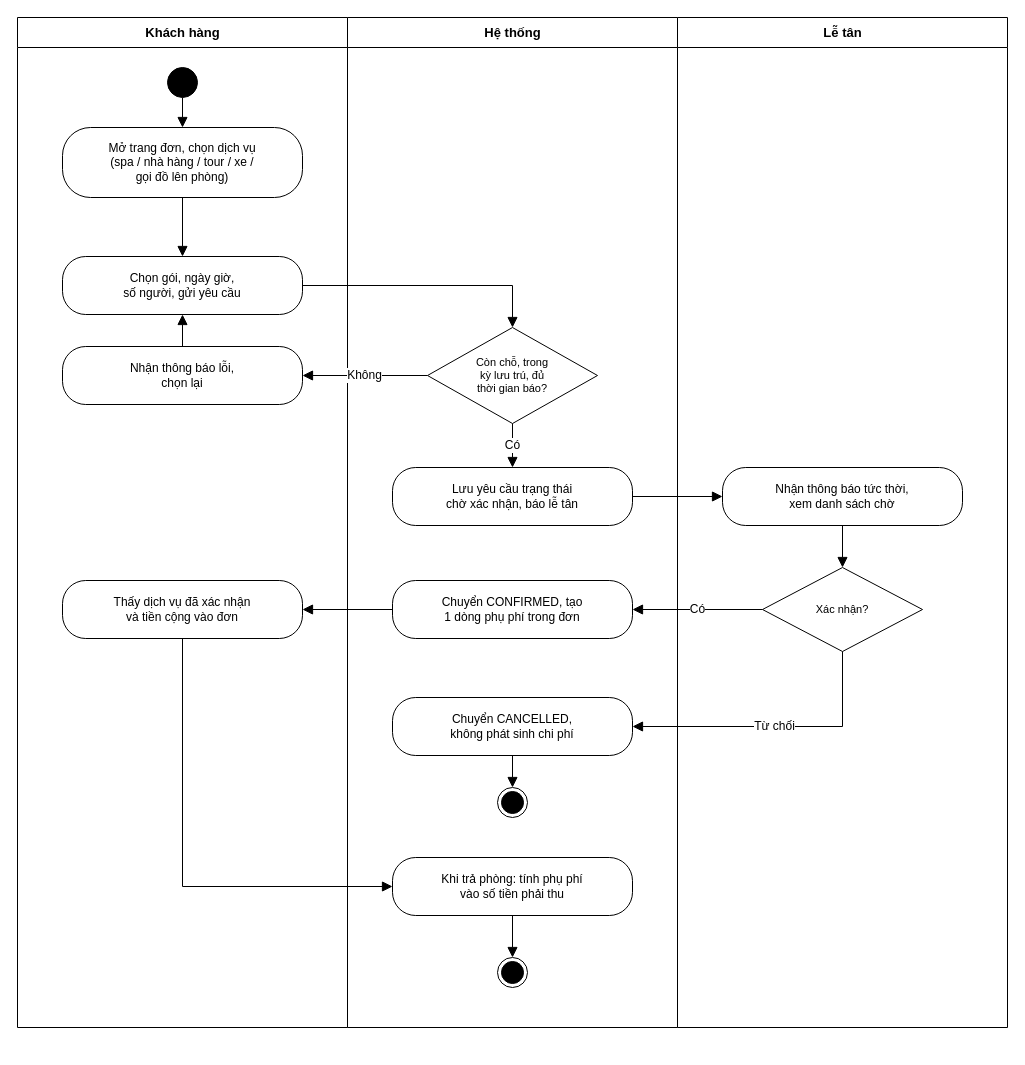
This is docs/thiet-ke/hd-dat-dich-vu.drawio from ngynquchn2511/beach-hotel, a draw.io file, before an edit. Source tidied: cells renumbered, new cells numbered last; positions are measured from the earlier drawing's top-left corner, leaving out a move shared by most shapes. Both pictures are drawn from the tidied source at 100%, with x=0, y=0 at pixel (17, 17).
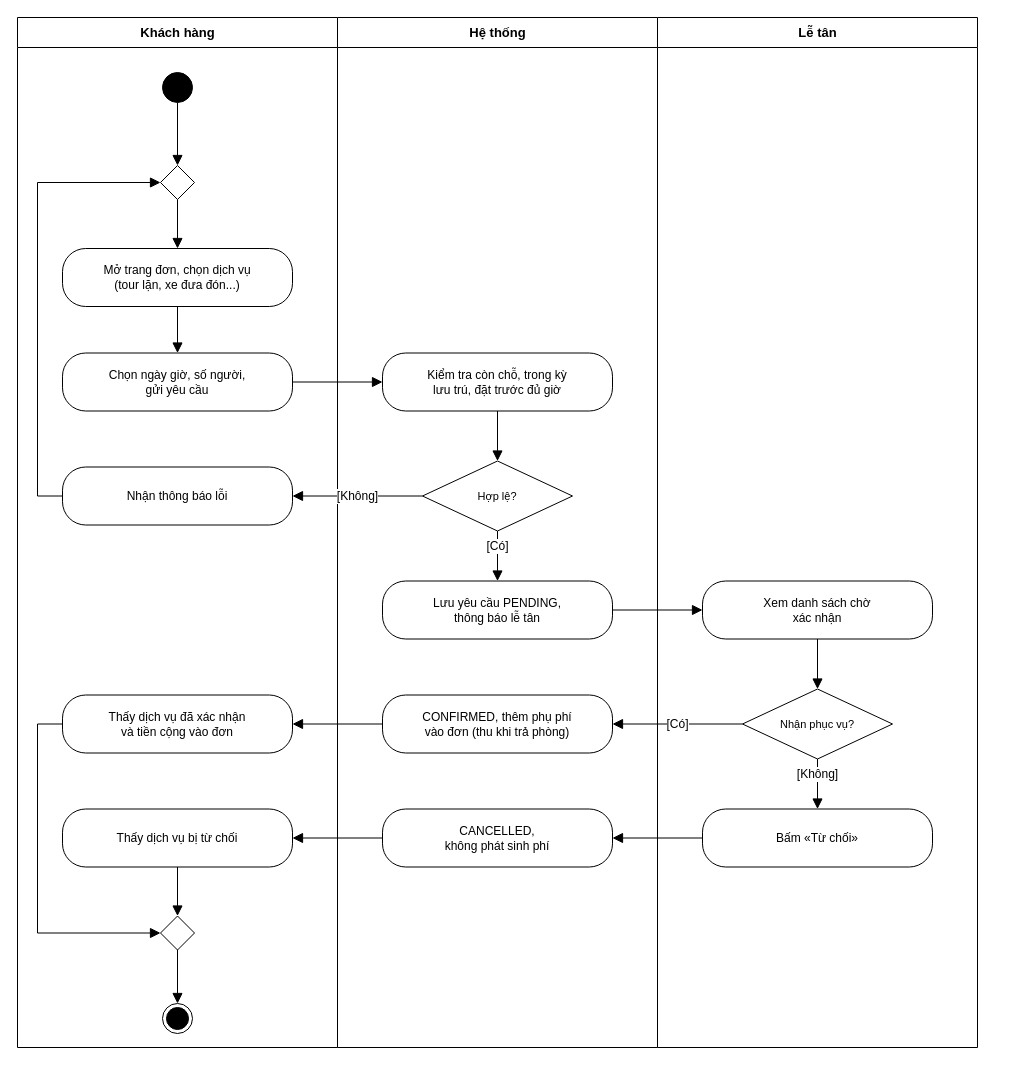
The same diagram, later.

What changed in the source:
```diff
@@
     <mxCell id="2" value="Khách hàng" style="swimlane;horizontal=1;startSize=30;html=1;fillColor=#FFFFFF;strokeColor=#000000;fontSize=13;fontStyle=1;swimlaneFillColor=#FFFFFF;" parent="1" vertex="1">
-      <mxGeometry width="330" height="1010" as="geometry" />
+      <mxGeometry width="320" height="1030" as="geometry" />
     </mxCell>
     <mxCell id="3" value="Hệ thống" style="swimlane;horizontal=1;startSize=30;html=1;fillColor=#FFFFFF;strokeColor=#000000;fontSize=13;fontStyle=1;swimlaneFillColor=#FFFFFF;" parent="1" vertex="1">
-      <mxGeometry x="330" width="330" height="1010" as="geometry" />
+      <mxGeometry x="320" width="320" height="1030" as="geometry" />
     </mxCell>
     <mxCell id="4" value="Lễ tân" style="swimlane;horizontal=1;startSize=30;html=1;fillColor=#FFFFFF;strokeColor=#000000;fontSize=13;fontStyle=1;swimlaneFillColor=#FFFFFF;" parent="1" vertex="1">
-      <mxGeometry x="660" width="330" height="1010" as="geometry" />
+      <mxGeometry x="640" width="320" height="1030" as="geometry" />
     </mxCell>
-    <mxCell id="5" style="ellipse;html=1;fillColor=#000000;strokeColor=#000000;" parent="1" vertex="1">
-      <mxGeometry x="150" y="50" width="30" height="30" as="geometry" />
-    </mxCell>
-    <mxCell id="6" value="Mở trang đơn, chọn dịch vụ&lt;br&gt;(spa / nhà hàng / tour / xe /&lt;br&gt;gọi đồ lên phòng)" style="rounded=1;whiteSpace=wrap;html=1;arcSize=40;fillColor=#FFFFFF;strokeColor=#000000;fontSize=12;" parent="1" vertex="1">
-      <mxGeometry x="45" y="110" width="240" height="70" as="geometry" />
-    </mxCell>
-    <mxCell id="7" value="Chọn gói, ngày giờ,&lt;br&gt;số người, gửi yêu cầu" style="rounded=1;whiteSpace=wrap;html=1;arcSize=40;fillColor=#FFFFFF;strokeColor=#000000;fontSize=12;" parent="1" vertex="1">
-      <mxGeometry x="45" y="239" width="240" height="58" as="geometry" />
-    </mxCell>
-    <mxCell id="8" value="Còn chỗ, trong&lt;br&gt;kỳ lưu trú, đủ&lt;br&gt;thời gian báo?" style="rhombus;whiteSpace=wrap;html=1;fillColor=#FFFFFF;strokeColor=#000000;fontSize=11;" parent="1" vertex="1">
-      <mxGeometry x="410" y="310" width="170" height="96" as="geometry" />
-    </mxCell>
-    <mxCell id="9" value="Nhận thông báo lỗi,&lt;br&gt;chọn lại" style="rounded=1;whiteSpace=wrap;html=1;arcSize=40;fillColor=#FFFFFF;strokeColor=#000000;fontSize=12;" parent="1" vertex="1">
-      <mxGeometry x="45" y="329" width="240" height="58" as="geometry" />
-    </mxCell>
-    <mxCell id="10" value="Lưu yêu cầu trạng thái&lt;br&gt;chờ xác nhận, báo lễ tân" style="rounded=1;whiteSpace=wrap;html=1;arcSize=40;fillColor=#FFFFFF;strokeColor=#000000;fontSize=12;" parent="1" vertex="1">
-      <mxGeometry x="375" y="450" width="240" height="58" as="geometry" />
-    </mxCell>
-    <mxCell id="11" value="Nhận thông báo tức thời,&lt;br&gt;xem danh sách chờ" style="rounded=1;whiteSpace=wrap;html=1;arcSize=40;fillColor=#FFFFFF;strokeColor=#000000;fontSize=12;" parent="1" vertex="1">
-      <mxGeometry x="705" y="450" width="240" height="58" as="geometry" />
-    </mxCell>
-    <mxCell id="12" value="Xác nhận?" style="rhombus;whiteSpace=wrap;html=1;fillColor=#FFFFFF;strokeColor=#000000;fontSize=11;" parent="1" vertex="1">
-      <mxGeometry x="745" y="550" width="160" height="84" as="geometry" />
-    </mxCell>
-    <mxCell id="13" value="Chuyển CONFIRMED, tạo&lt;br&gt;1 dòng phụ phí trong đơn" style="rounded=1;whiteSpace=wrap;html=1;arcSize=40;fillColor=#FFFFFF;strokeColor=#000000;fontSize=12;" parent="1" vertex="1">
-      <mxGeometry x="375" y="563" width="240" height="58" as="geometry" />
-    </mxCell>
-    <mxCell id="14" value="Chuyển CANCELLED,&lt;br&gt;không phát sinh chi phí" style="rounded=1;whiteSpace=wrap;html=1;arcSize=40;fillColor=#FFFFFF;strokeColor=#000000;fontSize=12;" parent="1" vertex="1">
-      <mxGeometry x="375" y="680" width="240" height="58" as="geometry" />
-    </mxCell>
+    <mxCell id="33" style="ellipse;html=1;fillColor=#000000;strokeColor=#000000;" parent="1" vertex="1">
+      <mxGeometry x="145" y="55" width="30" height="30" as="geometry" />
+    </mxCell>
+    <mxCell id="34" style="rhombus;whiteSpace=wrap;html=1;fillColor=#FFFFFF;strokeColor=#000000;fontSize=11;" parent="1" vertex="1">
+      <mxGeometry x="143" y="148" width="34" height="34" as="geometry" />
+    </mxCell>
+    <mxCell id="35" value="Mở trang đơn, chọn dịch vụ&lt;br&gt;(tour lặn, xe đưa đón...)" style="rounded=1;whiteSpace=wrap;html=1;arcSize=40;fillColor=#FFFFFF;strokeColor=#000000;fontSize=12;" parent="1" vertex="1">
+      <mxGeometry x="45" y="231" width="230" height="58" as="geometry" />
+    </mxCell>
+    <mxCell id="36" value="Chọn ngày giờ, số người,&lt;br&gt;gửi yêu cầu" style="rounded=1;whiteSpace=wrap;html=1;arcSize=40;fillColor=#FFFFFF;strokeColor=#000000;fontSize=12;" parent="1" vertex="1">
+      <mxGeometry x="45" y="335.5" width="230" height="58" as="geometry" />
+    </mxCell>
+    <mxCell id="37" value="Kiểm tra còn chỗ, trong kỳ&lt;br&gt;lưu trú, đặt trước đủ giờ" style="rounded=1;whiteSpace=wrap;html=1;arcSize=40;fillColor=#FFFFFF;strokeColor=#000000;fontSize=12;" parent="1" vertex="1">
+      <mxGeometry x="365" y="335.5" width="230" height="58" as="geometry" />
+    </mxCell>
+    <mxCell id="38" value="Hợp lệ?" style="rhombus;whiteSpace=wrap;html=1;fillColor=#FFFFFF;strokeColor=#000000;fontSize=11;" parent="1" vertex="1">
+      <mxGeometry x="405" y="443.5" width="150" height="70" as="geometry" />
+    </mxCell>
+    <mxCell id="39" value="Nhận thông báo lỗi" style="rounded=1;whiteSpace=wrap;html=1;arcSize=40;fillColor=#FFFFFF;strokeColor=#000000;fontSize=12;" parent="1" vertex="1">
+      <mxGeometry x="45" y="449.5" width="230" height="58" as="geometry" />
+    </mxCell>
+    <mxCell id="40" value="Lưu yêu cầu PENDING,&lt;br&gt;thông báo lễ tân" style="rounded=1;whiteSpace=wrap;html=1;arcSize=40;fillColor=#FFFFFF;strokeColor=#000000;fontSize=12;" parent="1" vertex="1">
+      <mxGeometry x="365" y="563.5" width="230" height="58" as="geometry" />
+    </mxCell>
+    <mxCell id="41" value="Xem danh sách chờ&lt;br&gt;xác nhận" style="rounded=1;whiteSpace=wrap;html=1;arcSize=40;fillColor=#FFFFFF;strokeColor=#000000;fontSize=12;" parent="1" vertex="1">
+      <mxGeometry x="685" y="563.5" width="230" height="58" as="geometry" />
+    </mxCell>
+    <mxCell id="42" value="Nhận phục vụ?" style="rhombus;whiteSpace=wrap;html=1;fillColor=#FFFFFF;strokeColor=#000000;fontSize=11;" parent="1" vertex="1">
+      <mxGeometry x="725" y="671.5" width="150" height="70" as="geometry" />
+    </mxCell>
+    <mxCell id="43" value="CONFIRMED, thêm phụ phí&lt;br&gt;vào đơn (thu khi trả phòng)" style="rounded=1;whiteSpace=wrap;html=1;arcSize=40;fillColor=#FFFFFF;strokeColor=#000000;fontSize=12;" parent="1" vertex="1">
+      <mxGeometry x="365" y="677.5" width="230" height="58" as="geometry" />
+    </mxCell>
     <mxCell id="15" value="Thấy dịch vụ đã xác nhận&lt;br&gt;và tiền cộng vào đơn" style="rounded=1;whiteSpace=wrap;html=1;arcSize=40;fillColor=#FFFFFF;strokeColor=#000000;fontSize=12;" parent="1" vertex="1">
-      <mxGeometry x="45" y="563" width="240" height="58" as="geometry" />
+      <mxGeometry x="45" y="677.5" width="230" height="58" as="geometry" />
     </mxCell>
-    <mxCell id="16" value="Khi trả phòng: tính phụ phí&lt;br&gt;vào số tiền phải thu" style="rounded=1;whiteSpace=wrap;html=1;arcSize=40;fillColor=#FFFFFF;strokeColor=#000000;fontSize=12;" parent="1" vertex="1">
-      <mxGeometry x="375" y="840" width="240" height="58" as="geometry" />
-    </mxCell>
-    <mxCell id="17" style="ellipse;html=1;shape=endState;fillColor=#000000;strokeColor=#000000;" parent="1" vertex="1">
-      <mxGeometry x="480" y="940" width="30" height="30" as="geometry" />
-    </mxCell>
-    <mxCell id="18" style="edgeStyle=orthogonalEdgeStyle;rounded=0;html=1;endArrow=block;endFill=1;endSize=8;strokeColor=#000000;fontSize=12;labelBackgroundColor=#FFFFFF;" parent="1" edge="1" source="5" target="6">
-      <mxGeometry relative="1" as="geometry" />
-    </mxCell>
-    <mxCell id="19" style="edgeStyle=orthogonalEdgeStyle;rounded=0;html=1;endArrow=block;endFill=1;endSize=8;strokeColor=#000000;fontSize=12;labelBackgroundColor=#FFFFFF;" parent="1" edge="1" source="6" target="7">
-      <mxGeometry relative="1" as="geometry" />
-    </mxCell>
-    <mxCell id="20" style="edgeStyle=orthogonalEdgeStyle;rounded=0;html=1;endArrow=block;endFill=1;endSize=8;strokeColor=#000000;fontSize=12;labelBackgroundColor=#FFFFFF;" parent="1" edge="1" source="10" target="11">
-      <mxGeometry relative="1" as="geometry" />
-    </mxCell>
-    <mxCell id="21" style="edgeStyle=orthogonalEdgeStyle;rounded=0;html=1;endArrow=block;endFill=1;endSize=8;strokeColor=#000000;fontSize=12;labelBackgroundColor=#FFFFFF;" parent="1" edge="1" source="11" target="12">
-      <mxGeometry relative="1" as="geometry" />
-    </mxCell>
-    <mxCell id="22" style="edgeStyle=orthogonalEdgeStyle;rounded=0;html=1;endArrow=block;endFill=1;endSize=8;strokeColor=#000000;fontSize=12;labelBackgroundColor=#FFFFFF;" parent="1" edge="1" source="16" target="17">
-      <mxGeometry relative="1" as="geometry" />
-    </mxCell>
-    <mxCell id="23" style="edgeStyle=orthogonalEdgeStyle;rounded=0;html=1;endArrow=block;endFill=1;endSize=8;strokeColor=#000000;fontSize=12;labelBackgroundColor=#FFFFFF;exitX=1;exitY=0.5;exitDx=0;exitDy=0;entryX=0.5;entryY=0;entryDx=0;entryDy=0;" parent="1" edge="1" source="7" target="8">
-      <mxGeometry relative="1" as="geometry" />
-    </mxCell>
-    <mxCell id="24" value="Không" style="edgeStyle=orthogonalEdgeStyle;rounded=0;html=1;endArrow=block;endFill=1;endSize=8;strokeColor=#000000;fontSize=12;labelBackgroundColor=#FFFFFF;exitX=0;exitY=0.5;exitDx=0;exitDy=0;entryX=1;entryY=0.5;entryDx=0;entryDy=0;" parent="1" edge="1" source="8" target="9">
-      <mxGeometry relative="1" as="geometry" />
-    </mxCell>
-    <mxCell id="25" style="edgeStyle=orthogonalEdgeStyle;rounded=0;html=1;endArrow=block;endFill=1;endSize=8;strokeColor=#000000;fontSize=12;labelBackgroundColor=#FFFFFF;exitX=0.5;exitY=0;exitDx=0;exitDy=0;entryX=0.5;entryY=1;entryDx=0;entryDy=0;" parent="1" edge="1" source="9" target="7">
-      <mxGeometry relative="1" as="geometry" />
-    </mxCell>
-    <mxCell id="26" value="Có" style="edgeStyle=orthogonalEdgeStyle;rounded=0;html=1;endArrow=block;endFill=1;endSize=8;strokeColor=#000000;fontSize=12;labelBackgroundColor=#FFFFFF;exitX=0.5;exitY=1;entryX=0.5;entryY=0;" parent="1" edge="1" source="8" target="10">
-      <mxGeometry relative="1" as="geometry" />
-    </mxCell>
-    <mxCell id="27" value="Có" style="edgeStyle=orthogonalEdgeStyle;rounded=0;html=1;endArrow=block;endFill=1;endSize=8;strokeColor=#000000;fontSize=12;labelBackgroundColor=#FFFFFF;exitX=0;exitY=0.5;exitDx=0;exitDy=0;entryX=1;entryY=0.5;entryDx=0;entryDy=0;" parent="1" edge="1" source="12" target="13">
-      <mxGeometry relative="1" as="geometry" />
-    </mxCell>
-    <mxCell id="28" value="Từ chối" style="edgeStyle=orthogonalEdgeStyle;rounded=0;html=1;endArrow=block;endFill=1;endSize=8;strokeColor=#000000;fontSize=12;labelBackgroundColor=#FFFFFF;exitX=0.5;exitY=1;exitDx=0;exitDy=0;entryX=1;entryY=0.5;entryDx=0;entryDy=0;" parent="1" edge="1" source="12" target="14">
-      <mxGeometry relative="1" as="geometry" />
-    </mxCell>
-    <mxCell id="29" style="edgeStyle=orthogonalEdgeStyle;rounded=0;html=1;endArrow=block;endFill=1;endSize=8;strokeColor=#000000;fontSize=12;labelBackgroundColor=#FFFFFF;" parent="1" edge="1" source="13" target="15">
-      <mxGeometry relative="1" as="geometry" />
-    </mxCell>
-    <mxCell id="30" style="edgeStyle=orthogonalEdgeStyle;rounded=0;html=1;endArrow=block;endFill=1;endSize=8;strokeColor=#000000;fontSize=12;labelBackgroundColor=#FFFFFF;exitX=0.5;exitY=1;exitDx=0;exitDy=0;entryX=0;entryY=0.5;entryDx=0;entryDy=0;" parent="1" edge="1" source="15" target="16">
-      <mxGeometry relative="1" as="geometry" />
-    </mxCell>
-    <mxCell id="31" style="edgeStyle=orthogonalEdgeStyle;rounded=0;html=1;endArrow=block;endFill=1;endSize=8;strokeColor=#000000;fontSize=12;labelBackgroundColor=#FFFFFF;exitX=0.5;exitY=1;exitDx=0;exitDy=0;entryX=0.5;entryY=0;entryDx=0;entryDy=0;" parent="1" edge="1" source="14" target="32">
-      <mxGeometry relative="1" as="geometry" />
-    </mxCell>
-    <mxCell id="32" style="ellipse;html=1;shape=endState;fillColor=#000000;strokeColor=#000000;" parent="1" vertex="1">
-      <mxGeometry x="480" y="770" width="30" height="30" as="geometry" />
-    </mxCell>
+    <mxCell id="44" value="Bấm «Từ chối»" style="rounded=1;whiteSpace=wrap;html=1;arcSize=40;fillColor=#FFFFFF;strokeColor=#000000;fontSize=12;" parent="1" vertex="1">
+      <mxGeometry x="685" y="791.5" width="230" height="58" as="geometry" />
+    </mxCell>
+    <mxCell id="45" value="CANCELLED,&lt;br&gt;không phát sinh phí" style="rounded=1;whiteSpace=wrap;html=1;arcSize=40;fillColor=#FFFFFF;strokeColor=#000000;fontSize=12;" parent="1" vertex="1">
+      <mxGeometry x="365" y="791.5" width="230" height="58" as="geometry" />
+    </mxCell>
+    <mxCell id="46" value="Thấy dịch vụ bị từ chối" style="rounded=1;whiteSpace=wrap;html=1;arcSize=40;fillColor=#FFFFFF;strokeColor=#000000;fontSize=12;" parent="1" vertex="1">
+      <mxGeometry x="45" y="791.5" width="230" height="58" as="geometry" />
+    </mxCell>
+    <mxCell id="47" style="rhombus;whiteSpace=wrap;html=1;fillColor=#FFFFFF;strokeColor=#000000;fontSize=11;" parent="1" vertex="1">
+      <mxGeometry x="143" y="898.5" width="34" height="34" as="geometry" />
+    </mxCell>
+    <mxCell id="48" style="ellipse;html=1;shape=endState;fillColor=#000000;strokeColor=#000000;" parent="1" vertex="1">
+      <mxGeometry x="145" y="986" width="30" height="30" as="geometry" />
+    </mxCell>
+    <mxCell id="49" style="edgeStyle=orthogonalEdgeStyle;rounded=0;html=1;endArrow=block;endFill=1;endSize=8;strokeColor=#000000;fontSize=12;labelBackgroundColor=#FFFFFF;exitX=0.5;exitY=1;exitDx=0;exitDy=0;entryX=0.5;entryY=0;entryDx=0;entryDy=0;" parent="1" edge="1" source="33" target="34">
+      <mxGeometry relative="1" as="geometry" />
+    </mxCell>
+    <mxCell id="50" style="edgeStyle=orthogonalEdgeStyle;rounded=0;html=1;endArrow=block;endFill=1;endSize=8;strokeColor=#000000;fontSize=12;labelBackgroundColor=#FFFFFF;exitX=0.5;exitY=1;exitDx=0;exitDy=0;entryX=0.5;entryY=0;entryDx=0;entryDy=0;" parent="1" edge="1" source="34" target="35">
+      <mxGeometry relative="1" as="geometry" />
+    </mxCell>
+    <mxCell id="51" style="edgeStyle=orthogonalEdgeStyle;rounded=0;html=1;endArrow=block;endFill=1;endSize=8;strokeColor=#000000;fontSize=12;labelBackgroundColor=#FFFFFF;exitX=0.5;exitY=1;exitDx=0;exitDy=0;entryX=0.5;entryY=0;entryDx=0;entryDy=0;" parent="1" edge="1" source="35" target="36">
+      <mxGeometry relative="1" as="geometry" />
+    </mxCell>
+    <mxCell id="52" style="edgeStyle=orthogonalEdgeStyle;rounded=0;html=1;endArrow=block;endFill=1;endSize=8;strokeColor=#000000;fontSize=12;labelBackgroundColor=#FFFFFF;exitX=1;exitY=0.5;exitDx=0;exitDy=0;entryX=0;entryY=0.5;entryDx=0;entryDy=0;" parent="1" edge="1" source="36" target="37">
+      <mxGeometry relative="1" as="geometry" />
+    </mxCell>
+    <mxCell id="53" style="edgeStyle=orthogonalEdgeStyle;rounded=0;html=1;endArrow=block;endFill=1;endSize=8;strokeColor=#000000;fontSize=12;labelBackgroundColor=#FFFFFF;exitX=0.5;exitY=1;exitDx=0;exitDy=0;entryX=0.5;entryY=0;entryDx=0;entryDy=0;" parent="1" edge="1" source="37" target="38">
+      <mxGeometry relative="1" as="geometry" />
+    </mxCell>
+    <mxCell id="54" value="[Không]" style="edgeStyle=orthogonalEdgeStyle;rounded=0;html=1;endArrow=block;endFill=1;endSize=8;strokeColor=#000000;fontSize=12;labelBackgroundColor=#FFFFFF;exitX=0;exitY=0.5;exitDx=0;exitDy=0;entryX=1;entryY=0.5;entryDx=0;entryDy=0;" parent="1" edge="1" source="38" target="39">
+      <mxGeometry relative="1" as="geometry" />
+    </mxCell>
+    <mxCell id="55" style="edgeStyle=orthogonalEdgeStyle;rounded=0;html=1;endArrow=block;endFill=1;endSize=8;strokeColor=#000000;fontSize=12;labelBackgroundColor=#FFFFFF;exitX=0;exitY=0.5;exitDx=0;exitDy=0;entryX=0;entryY=0.5;entryDx=0;entryDy=0;" parent="1" edge="1" source="39" target="34">
+      <mxGeometry relative="1" as="geometry">
+        <Array as="points">
+          <mxPoint x="20" y="478.5" />
+          <mxPoint x="20" y="165" />
+        </Array>
+      </mxGeometry>
+    </mxCell>
+    <mxCell id="56" value="[Có]" style="edgeStyle=orthogonalEdgeStyle;rounded=0;html=1;endArrow=block;endFill=1;endSize=8;strokeColor=#000000;fontSize=12;labelBackgroundColor=#FFFFFF;exitX=0.5;exitY=1;exitDx=0;exitDy=0;entryX=0.5;entryY=0;entryDx=0;entryDy=0;" parent="1" edge="1" source="38" target="40">
+      <mxGeometry x="-0.4" relative="1" as="geometry" />
+    </mxCell>
+    <mxCell id="57" style="edgeStyle=orthogonalEdgeStyle;rounded=0;html=1;endArrow=block;endFill=1;endSize=8;strokeColor=#000000;fontSize=12;labelBackgroundColor=#FFFFFF;exitX=1;exitY=0.5;exitDx=0;exitDy=0;entryX=0;entryY=0.5;entryDx=0;entryDy=0;" parent="1" edge="1" source="40" target="41">
+      <mxGeometry relative="1" as="geometry" />
+    </mxCell>
+    <mxCell id="58" style="edgeStyle=orthogonalEdgeStyle;rounded=0;html=1;endArrow=block;endFill=1;endSize=8;strokeColor=#000000;fontSize=12;labelBackgroundColor=#FFFFFF;exitX=0.5;exitY=1;exitDx=0;exitDy=0;entryX=0.5;entryY=0;entryDx=0;entryDy=0;" parent="1" edge="1" source="41" target="42">
+      <mxGeometry relative="1" as="geometry" />
+    </mxCell>
+    <mxCell id="59" value="[Có]" style="edgeStyle=orthogonalEdgeStyle;rounded=0;html=1;endArrow=block;endFill=1;endSize=8;strokeColor=#000000;fontSize=12;labelBackgroundColor=#FFFFFF;exitX=0;exitY=0.5;exitDx=0;exitDy=0;entryX=1;entryY=0.5;entryDx=0;entryDy=0;" parent="1" edge="1" source="42" target="43">
+      <mxGeometry relative="1" as="geometry" />
+    </mxCell>
+    <mxCell id="60" style="edgeStyle=orthogonalEdgeStyle;rounded=0;html=1;endArrow=block;endFill=1;endSize=8;strokeColor=#000000;fontSize=12;labelBackgroundColor=#FFFFFF;exitX=0;exitY=0.5;exitDx=0;exitDy=0;entryX=1;entryY=0.5;entryDx=0;entryDy=0;" parent="1" edge="1" source="43" target="15">
+      <mxGeometry relative="1" as="geometry" />
+    </mxCell>
+    <mxCell id="61" value="[Không]" style="edgeStyle=orthogonalEdgeStyle;rounded=0;html=1;endArrow=block;endFill=1;endSize=8;strokeColor=#000000;fontSize=12;labelBackgroundColor=#FFFFFF;exitX=0.5;exitY=1;exitDx=0;exitDy=0;entryX=0.5;entryY=0;entryDx=0;entryDy=0;" parent="1" edge="1" source="42" target="44">
+      <mxGeometry x="-0.4" relative="1" as="geometry" />
+    </mxCell>
+    <mxCell id="62" style="edgeStyle=orthogonalEdgeStyle;rounded=0;html=1;endArrow=block;endFill=1;endSize=8;strokeColor=#000000;fontSize=12;labelBackgroundColor=#FFFFFF;exitX=0;exitY=0.5;exitDx=0;exitDy=0;entryX=1;entryY=0.5;entryDx=0;entryDy=0;" parent="1" edge="1" source="44" target="45">
+      <mxGeometry relative="1" as="geometry" />
+    </mxCell>
+    <mxCell id="63" style="edgeStyle=orthogonalEdgeStyle;rounded=0;html=1;endArrow=block;endFill=1;endSize=8;strokeColor=#000000;fontSize=12;labelBackgroundColor=#FFFFFF;exitX=0;exitY=0.5;exitDx=0;exitDy=0;entryX=1;entryY=0.5;entryDx=0;entryDy=0;" parent="1" edge="1" source="45" target="46">
+      <mxGeometry relative="1" as="geometry" />
+    </mxCell>
+    <mxCell id="64" style="edgeStyle=orthogonalEdgeStyle;rounded=0;html=1;endArrow=block;endFill=1;endSize=8;strokeColor=#000000;fontSize=12;labelBackgroundColor=#FFFFFF;exitX=0;exitY=0.5;exitDx=0;exitDy=0;entryX=0;entryY=0.5;entryDx=0;entryDy=0;" parent="1" edge="1" source="15" target="47">
+      <mxGeometry relative="1" as="geometry">
+        <Array as="points">
+          <mxPoint x="20" y="706.5" />
+          <mxPoint x="20" y="915.5" />
+        </Array>
+      </mxGeometry>
+    </mxCell>
+    <mxCell id="65" style="edgeStyle=orthogonalEdgeStyle;rounded=0;html=1;endArrow=block;endFill=1;endSize=8;strokeColor=#000000;fontSize=12;labelBackgroundColor=#FFFFFF;exitX=0.5;exitY=1;exitDx=0;exitDy=0;entryX=0.5;entryY=0;entryDx=0;entryDy=0;" parent="1" edge="1" source="46" target="47">
+      <mxGeometry relative="1" as="geometry" />
+    </mxCell>
+    <mxCell id="66" style="edgeStyle=orthogonalEdgeStyle;rounded=0;html=1;endArrow=block;endFill=1;endSize=8;strokeColor=#000000;fontSize=12;labelBackgroundColor=#FFFFFF;exitX=0.5;exitY=1;exitDx=0;exitDy=0;entryX=0.5;entryY=0;entryDx=0;entryDy=0;" parent="1" edge="1" source="47" target="48">
+      <mxGeometry relative="1" as="geometry" />
+    </mxCell>
```
